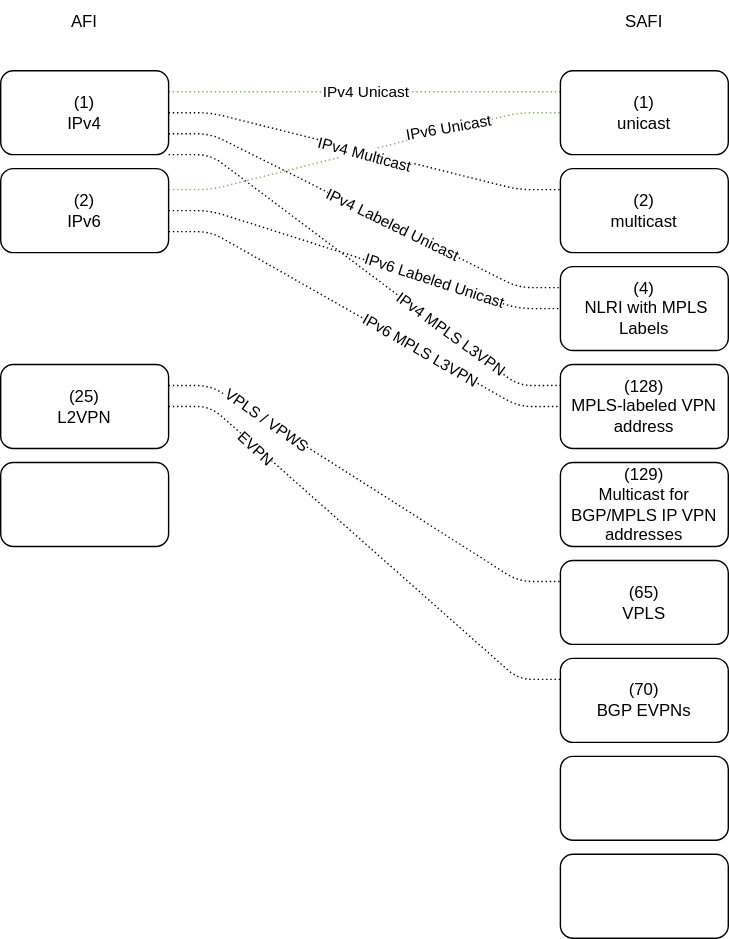
Before: source/_posts/address-family/mpbgp-visual.drawio.svg, a diagram exported from draw.io (martyrsmith/martyrsmith.github.io). Source tidied: cells renumbered, new cells last; positions are measured from the earlier drawing's top-left corner, leaving out a move shared by most shapes.
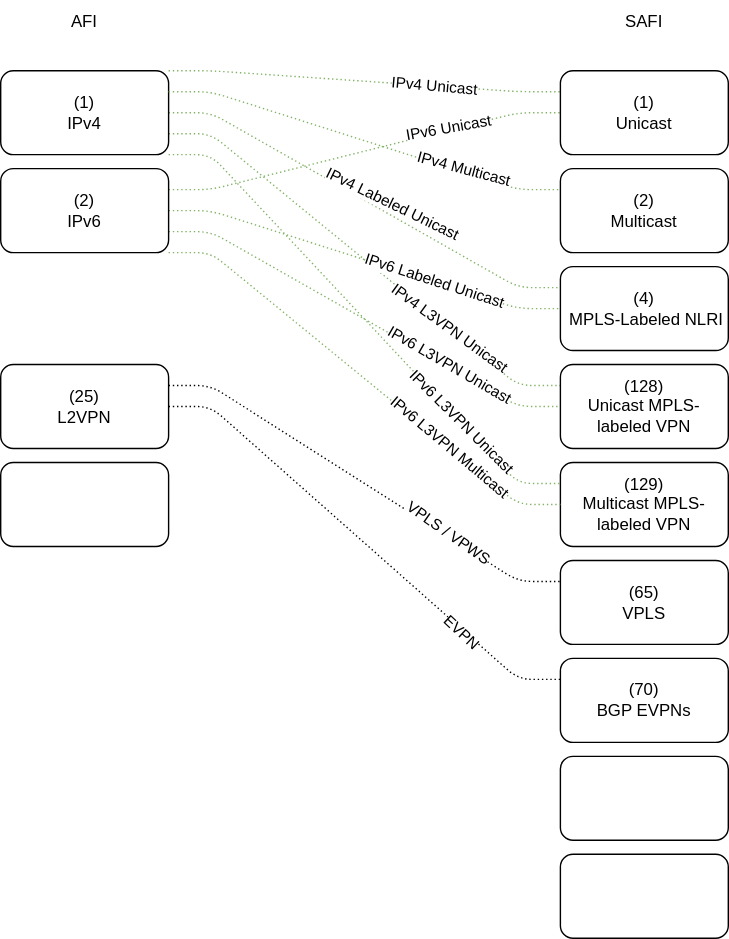
The same file after the commit.

Change to the diagram source:
```diff
@@ -2,15 +2,15 @@
   <root>
     <mxCell id="0" />
     <mxCell id="1" parent="0" />
-    <mxCell id="2" style="rounded=1;jettySize=auto;html=1;exitX=1;exitY=0.25;exitDx=0;exitDy=0;endArrow=none;endFill=0;jumpStyle=none;entryX=0;entryY=0.25;entryDx=0;entryDy=0;edgeStyle=entityRelationEdgeStyle;fillColor=#d5e8d4;strokeColor=#82b366;dashed=1;strokeWidth=1;dashPattern=1 2;shadow=0;sketch=0;" parent="1" edge="1" source="8" target="22">
+    <mxCell id="2" style="rounded=1;jettySize=auto;html=1;exitX=1;exitY=0;exitDx=0;exitDy=0;endArrow=none;endFill=0;jumpStyle=none;entryX=0;entryY=0.25;entryDx=0;entryDy=0;edgeStyle=entityRelationEdgeStyle;fillColor=#d5e8d4;strokeColor=#82b366;dashed=1;strokeWidth=1;dashPattern=1 2;shadow=0;sketch=0;" parent="1" edge="1" source="8" target="22">
       <mxGeometry relative="1" as="geometry" />
     </mxCell>
-    <mxCell id="3" value="IPv4 Unicast" style="edgeLabel;align=center;verticalAlign=middle;labelBorderColor=none;html=1;" parent="2" vertex="1">
+    <mxCell id="3" value="IPv4 Unicast" style="edgeLabel;align=center;verticalAlign=middle;labelBorderColor=none;html=1;rotation=5;" parent="2" vertex="1">
       <mxGeometry x="-0.64" relative="1" as="geometry">
-        <mxPoint x="90" as="offset" />
+        <mxPoint x="140" y="9" as="offset" />
       </mxGeometry>
     </mxCell>
-    <mxCell id="4" style="rounded=1;jumpStyle=none;jettySize=auto;html=1;exitX=1;exitY=0.75;exitDx=0;exitDy=0;entryX=0;entryY=0.25;entryDx=0;entryDy=0;endArrow=none;endFill=0;targetPerimeterSpacing=0;edgeStyle=entityRelationEdgeStyle;dashed=1;strokeWidth=1;dashPattern=1 2;shadow=0;sketch=0;" parent="1" edge="1" source="8" target="24">
+    <mxCell id="4" style="rounded=1;jumpStyle=none;jettySize=auto;html=1;exitX=1;exitY=0.5;exitDx=0;exitDy=0;entryX=0;entryY=0.25;entryDx=0;entryDy=0;endArrow=none;endFill=0;targetPerimeterSpacing=0;edgeStyle=entityRelationEdgeStyle;dashed=1;strokeWidth=1;dashPattern=1 2;shadow=0;sketch=0;fillColor=#d5e8d4;strokeColor=#82b366;" parent="1" edge="1" source="8" target="24">
       <mxGeometry relative="1" as="geometry" />
     </mxCell>
     <mxCell id="5" value="IPv4 Labeled Unicast" style="edgeLabel;html=1;align=center;verticalAlign=middle;rotation=26;" parent="4" vertex="1">
@@ -18,10 +18,10 @@
         <mxPoint x="142" y="66" as="offset" />
       </mxGeometry>
     </mxCell>
-    <mxCell id="6" style="rounded=1;jumpStyle=none;jettySize=auto;html=1;exitX=1;exitY=1;exitDx=0;exitDy=0;entryX=0;entryY=0.25;entryDx=0;entryDy=0;endArrow=none;endFill=0;targetPerimeterSpacing=28;edgeStyle=entityRelationEdgeStyle;dashed=1;strokeWidth=1;dashPattern=1 2;shadow=0;sketch=0;" parent="1" edge="1" source="8" target="25">
+    <mxCell id="6" style="rounded=1;jumpStyle=none;jettySize=auto;html=1;exitX=1;exitY=0.75;exitDx=0;exitDy=0;entryX=0;entryY=0.25;entryDx=0;entryDy=0;endArrow=none;endFill=0;targetPerimeterSpacing=28;edgeStyle=entityRelationEdgeStyle;dashed=1;strokeWidth=1;dashPattern=1 2;shadow=0;sketch=0;fillColor=#d5e8d4;strokeColor=#82b366;" parent="1" edge="1" source="8" target="25">
       <mxGeometry relative="1" as="geometry" />
     </mxCell>
-    <mxCell id="7" value="IPv4 MPLS L3VPN" style="edgeLabel;align=center;verticalAlign=middle;rotation=36;html=1;" parent="6" vertex="1">
+    <mxCell id="7" value="IPv4 L3VPN Unicast" style="edgeLabel;align=center;verticalAlign=middle;rotation=36;html=1;" parent="6" vertex="1">
       <mxGeometry x="0.46" y="1" relative="1" as="geometry" />
     </mxCell>
     <mxCell id="8" value="(1)&lt;br&gt;IPv4" style="rounded=1;whiteSpace=wrap;html=1;" parent="1" vertex="1">
@@ -35,7 +35,7 @@
         <mxPoint x="143" y="-39" as="offset" />
       </mxGeometry>
     </mxCell>
-    <mxCell id="11" style="rounded=1;jumpStyle=none;jettySize=auto;html=1;exitX=1;exitY=0.5;exitDx=0;exitDy=0;entryX=0;entryY=0.5;entryDx=0;entryDy=0;endArrow=none;endFill=0;targetPerimeterSpacing=28;edgeStyle=entityRelationEdgeStyle;dashed=1;strokeWidth=1;dashPattern=1 2;shadow=0;sketch=0;" parent="1" edge="1" source="15" target="24">
+    <mxCell id="11" style="rounded=1;jumpStyle=none;jettySize=auto;html=1;exitX=1;exitY=0.5;exitDx=0;exitDy=0;entryX=0;entryY=0.5;entryDx=0;entryDy=0;endArrow=none;endFill=0;targetPerimeterSpacing=28;edgeStyle=entityRelationEdgeStyle;dashed=1;strokeWidth=1;dashPattern=1 2;shadow=0;sketch=0;fillColor=#d5e8d4;strokeColor=#82b366;" parent="1" edge="1" source="15" target="24">
       <mxGeometry relative="1" as="geometry" />
     </mxCell>
     <mxCell id="12" value="IPv6 Labeled Unicast" style="edgeLabel;html=1;align=center;verticalAlign=middle;rotation=18;" parent="11" vertex="1">
@@ -43,12 +43,12 @@
         <mxPoint x="141" y="44" as="offset" />
       </mxGeometry>
     </mxCell>
-    <mxCell id="13" style="rounded=1;jumpStyle=none;jettySize=auto;html=1;exitX=1;exitY=0.75;exitDx=0;exitDy=0;entryX=0;entryY=0.5;entryDx=0;entryDy=0;endArrow=none;endFill=0;targetPerimeterSpacing=0;sourcePerimeterSpacing=0;edgeStyle=entityRelationEdgeStyle;dashed=1;strokeWidth=1;dashPattern=1 2;shadow=0;sketch=0;" parent="1" edge="1" source="15" target="25">
+    <mxCell id="13" style="rounded=1;jumpStyle=none;jettySize=auto;html=1;exitX=1;exitY=0.75;exitDx=0;exitDy=0;entryX=0;entryY=0.5;entryDx=0;entryDy=0;endArrow=none;endFill=0;targetPerimeterSpacing=0;sourcePerimeterSpacing=0;edgeStyle=entityRelationEdgeStyle;dashed=1;strokeWidth=1;dashPattern=1 2;shadow=0;sketch=0;fillColor=#d5e8d4;strokeColor=#82b366;" parent="1" edge="1" source="15" target="25">
       <mxGeometry relative="1" as="geometry" />
     </mxCell>
-    <mxCell id="14" value="IPv6 MPLS L3VPN" style="edgeLabel;html=1;align=center;verticalAlign=middle;rotation=30;" parent="13" vertex="1">
+    <mxCell id="14" value="IPv6 L3VPN Unicast" style="edgeLabel;html=1;align=center;verticalAlign=middle;rotation=30;" parent="13" vertex="1">
       <mxGeometry x="-0.5" y="-1" relative="1" as="geometry">
-        <mxPoint x="109" y="60" as="offset" />
+        <mxPoint x="129" y="70" as="offset" />
       </mxGeometry>
     </mxCell>
     <mxCell id="15" value="(2)&lt;br&gt;IPv6" style="rounded=1;whiteSpace=wrap;html=1;" parent="1" vertex="1">
@@ -59,7 +59,7 @@
     </mxCell>
     <mxCell id="17" value="VPLS / VPWS" style="edgeLabel;html=1;align=center;verticalAlign=middle;rotation=35;" parent="16" vertex="1">
       <mxGeometry x="-0.69" y="1" relative="1" as="geometry">
-        <mxPoint x="23" y="15" as="offset" />
+        <mxPoint x="152" y="95" as="offset" />
       </mxGeometry>
     </mxCell>
     <mxCell id="18" style="rounded=1;jumpStyle=none;jettySize=auto;html=1;exitX=1;exitY=0.5;exitDx=0;exitDy=0;entryX=0;entryY=0.25;entryDx=0;entryDy=0;endArrow=none;endFill=0;targetPerimeterSpacing=28;edgeStyle=entityRelationEdgeStyle;dashed=1;strokeWidth=1;dashPattern=1 2;shadow=0;sketch=0;" parent="1" edge="1" source="20" target="27">
@@ -67,7 +67,7 @@
     </mxCell>
     <mxCell id="19" value="EVPN" style="edgeLabel;html=1;align=center;verticalAlign=middle;rotation=43;" parent="18" vertex="1">
       <mxGeometry x="-0.72" y="-1" relative="1" as="geometry">
-        <mxPoint x="18" y="16" as="offset" />
+        <mxPoint x="165" y="146" as="offset" />
       </mxGeometry>
     </mxCell>
     <mxCell id="20" value="(25)&lt;br&gt;L2VPN" style="rounded=1;whiteSpace=wrap;html=1;" parent="1" vertex="1">
@@ -76,16 +76,16 @@
     <mxCell id="21" style="rounded=1;whiteSpace=wrap;html=1;" parent="1" vertex="1">
       <mxGeometry y="330" width="120" height="60" as="geometry" />
     </mxCell>
-    <mxCell id="22" value="(1)&lt;br&gt;unicast" style="rounded=1;whiteSpace=wrap;html=1;" parent="1" vertex="1">
+    <mxCell id="22" value="(1)&lt;br&gt;Unicast" style="rounded=1;whiteSpace=wrap;html=1;" parent="1" vertex="1">
       <mxGeometry x="400" y="50" width="120" height="60" as="geometry" />
     </mxCell>
-    <mxCell id="23" value="(2)&lt;br&gt;multicast" style="rounded=1;whiteSpace=wrap;html=1;" parent="1" vertex="1">
+    <mxCell id="23" value="(2)&lt;br&gt;Multicast" style="rounded=1;whiteSpace=wrap;html=1;" parent="1" vertex="1">
       <mxGeometry x="400" y="120" width="120" height="60" as="geometry" />
     </mxCell>
-    <mxCell id="24" value="(4)&lt;br&gt;&amp;nbsp;NLRI with MPLS Labels" style="rounded=1;whiteSpace=wrap;html=1;" parent="1" vertex="1">
+    <mxCell id="24" value="(4)&lt;br&gt;&amp;nbsp;MPLS-Labeled NLRI" style="rounded=1;whiteSpace=wrap;html=1;" parent="1" vertex="1">
       <mxGeometry x="400" y="190" width="120" height="60" as="geometry" />
     </mxCell>
-    <mxCell id="25" value="(128)&lt;br&gt;MPLS-labeled VPN address" style="rounded=1;whiteSpace=wrap;html=1;" parent="1" vertex="1">
+    <mxCell id="25" value="(128)&lt;br&gt;Unicast MPLS-labeled VPN" style="rounded=1;whiteSpace=wrap;html=1;" parent="1" vertex="1">
       <mxGeometry x="400" y="260" width="120" height="60" as="geometry" />
     </mxCell>
     <mxCell id="26" value="(65)&lt;br&gt;VPLS" style="rounded=1;whiteSpace=wrap;html=1;" parent="1" vertex="1">
@@ -94,7 +94,7 @@
     <mxCell id="27" value="(70)&lt;br&gt;BGP EVPNs" style="rounded=1;whiteSpace=wrap;html=1;" parent="1" vertex="1">
       <mxGeometry x="400" y="470" width="120" height="60" as="geometry" />
     </mxCell>
-    <mxCell id="28" value="(129)&lt;br&gt;Multicast for BGP/MPLS IP VPN addresses" style="rounded=1;whiteSpace=wrap;html=1;" parent="1" vertex="1">
+    <mxCell id="28" value="(129)&lt;br&gt;Multicast MPLS-labeled VPN" style="rounded=1;whiteSpace=wrap;html=1;" parent="1" vertex="1">
       <mxGeometry x="400" y="330" width="120" height="60" as="geometry" />
     </mxCell>
     <mxCell id="29" style="rounded=1;whiteSpace=wrap;html=1;" parent="1" vertex="1">
@@ -109,13 +109,27 @@
     <mxCell id="32" value="SAFI" style="text;html=1;strokeColor=none;fillColor=none;align=center;verticalAlign=middle;whiteSpace=wrap;rounded=0;" parent="1" vertex="1">
       <mxGeometry x="430" width="60" height="30" as="geometry" />
     </mxCell>
-    <mxCell id="33" style="rounded=1;jumpStyle=none;jettySize=auto;html=1;exitX=1;exitY=0.5;exitDx=0;exitDy=0;entryX=0;entryY=0.25;entryDx=0;entryDy=0;endArrow=none;endFill=0;targetPerimeterSpacing=28;edgeStyle=entityRelationEdgeStyle;dashed=1;strokeWidth=1;dashPattern=1 2;shadow=0;sketch=0;" parent="1" edge="1" source="8" target="23">
+    <mxCell id="33" style="rounded=1;jumpStyle=none;jettySize=auto;html=1;exitX=1;exitY=0.25;exitDx=0;exitDy=0;entryX=0;entryY=0.25;entryDx=0;entryDy=0;endArrow=none;endFill=0;targetPerimeterSpacing=28;edgeStyle=entityRelationEdgeStyle;dashed=1;strokeWidth=1;dashPattern=1 2;shadow=0;sketch=0;fillColor=#d5e8d4;strokeColor=#82b366;" parent="1" edge="1" source="8" target="23">
       <mxGeometry relative="1" as="geometry" />
     </mxCell>
     <mxCell id="34" value="&lt;div&gt;IPv4 Multicast&lt;/div&gt;" style="edgeLabel;html=1;align=center;verticalAlign=middle;rotation=15;labelBorderColor=none;" parent="33" vertex="1">
       <mxGeometry x="-0.84" relative="1" as="geometry">
-        <mxPoint x="117" y="30" as="offset" />
+        <mxPoint x="187" y="55" as="offset" />
       </mxGeometry>
     </mxCell>
+    <mxCell id="35" style="rounded=1;jumpStyle=none;jettySize=auto;html=1;exitX=1;exitY=1;exitDx=0;exitDy=0;entryX=0;entryY=0.25;entryDx=0;entryDy=0;endArrow=none;endFill=0;targetPerimeterSpacing=28;edgeStyle=entityRelationEdgeStyle;dashed=1;strokeWidth=1;dashPattern=1 2;shadow=0;sketch=0;fillColor=#d5e8d4;strokeColor=#82b366;" parent="1" edge="1" source="8" target="28">
+      <mxGeometry relative="1" as="geometry" />
+    </mxCell>
+    <mxCell id="36" value="IPv6 L3VPN Unicast" style="edgeLabel;align=center;verticalAlign=middle;rotation=45;html=1;" parent="35" vertex="1">
+      <mxGeometry x="0.46" y="1" relative="1" as="geometry">
+        <mxPoint x="10" y="10" as="offset" />
+      </mxGeometry>
+    </mxCell>
+    <mxCell id="37" style="rounded=1;jumpStyle=none;jettySize=auto;html=1;exitX=1;exitY=1;exitDx=0;exitDy=0;entryX=0;entryY=0.5;entryDx=0;entryDy=0;endArrow=none;endFill=0;targetPerimeterSpacing=28;edgeStyle=entityRelationEdgeStyle;dashed=1;strokeWidth=1;dashPattern=1 2;shadow=0;sketch=0;fillColor=#d5e8d4;strokeColor=#82b366;" parent="1" edge="1" source="15" target="28">
+      <mxGeometry relative="1" as="geometry" />
+    </mxCell>
+    <mxCell id="38" value="IPv6 L3VPN Multicast" style="edgeLabel;align=center;verticalAlign=middle;rotation=40;html=1;" parent="37" vertex="1">
+      <mxGeometry x="0.46" y="1" relative="1" as="geometry" />
+    </mxCell>
   </root>
 </mxGraphModel>
```
